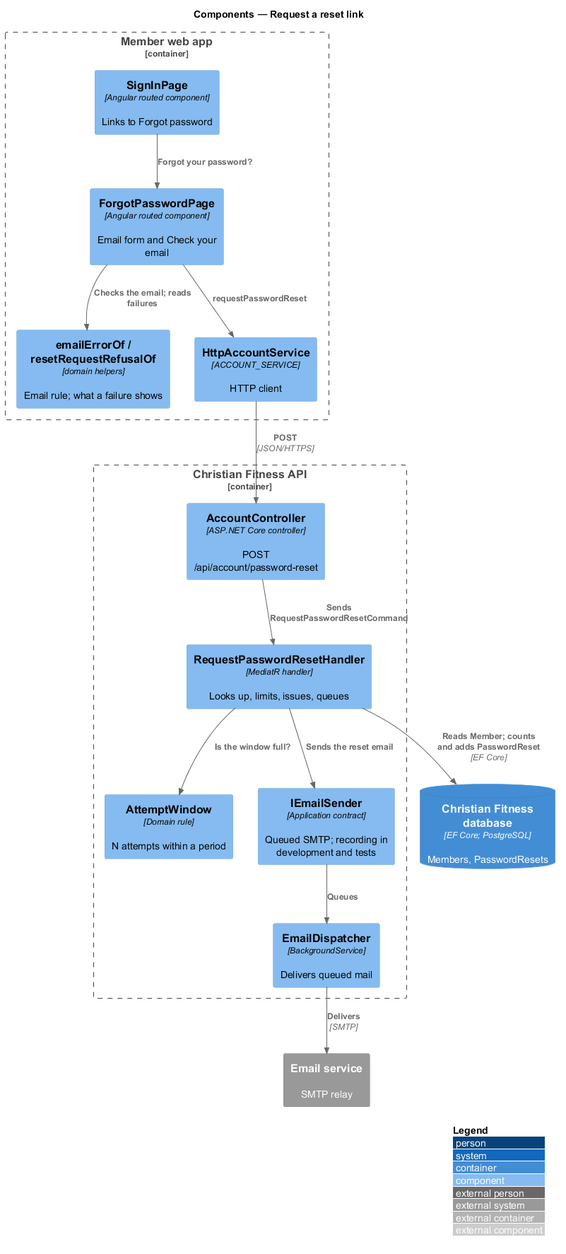
Above: docs/detailed-designs/member-access/reset-password/diagrams/c4-component.png in QuinntyneBrown/christian-fitness (PlantUML), before the change. The source it was exported from:
```plantuml
@startuml
!include <C4/C4_Component>
LAYOUT_WITH_LEGEND()
title Components — Request a reset link

Container_Boundary(web, "Member web app") {
  Component(signin, "SignInPage", "Angular routed component", "Links to Forgot password")
  Component(page, "ForgotPasswordPage", "Angular routed component", "Email form and Check your email")
  Component(rules, "emailErrorOf / resetRequestRefusalOf", "domain helpers", "Email rule; what a failure shows")
  Component(svc, "HttpAccountService", "ACCOUNT_SERVICE", "HTTP client")
}
Container_Boundary(api, "Christian Fitness API") {
  Component(ctrl, "AccountController", "ASP.NET Core controller", "POST /api/account/password-reset")
  Component(h, "RequestPasswordResetHandler", "MediatR handler", "Looks up, limits, issues, queues")
  Component(window, "AttemptWindow", "Domain rule", "N attempts within a period")
  Component(sender, "IEmailSender", "Application contract", "Queued SMTP; recording in development and tests")
  Component(dispatch, "EmailDispatcher", "BackgroundService", "Delivers queued mail")
}
ContainerDb(db, "Christian Fitness database", "EF Core; PostgreSQL", "Members, PasswordResets")
System_Ext(smtp, "Email service", "SMTP relay")

Rel(signin, page, "Forgot your password?")
Rel(page, rules, "Checks the email; reads failures")
Rel(page, svc, "requestPasswordReset")
Rel(svc, ctrl, "POST", "JSON/HTTPS")
Rel(ctrl, h, "Sends RequestPasswordResetCommand")
Rel(h, db, "Reads Member; counts and adds PasswordReset", "EF Core")
Rel(h, window, "Is the window full?")
Rel(h, sender, "Sends the reset email")
Rel(sender, dispatch, "Queues")
Rel(dispatch, smtp, "Delivers", "SMTP")
@enduml
```
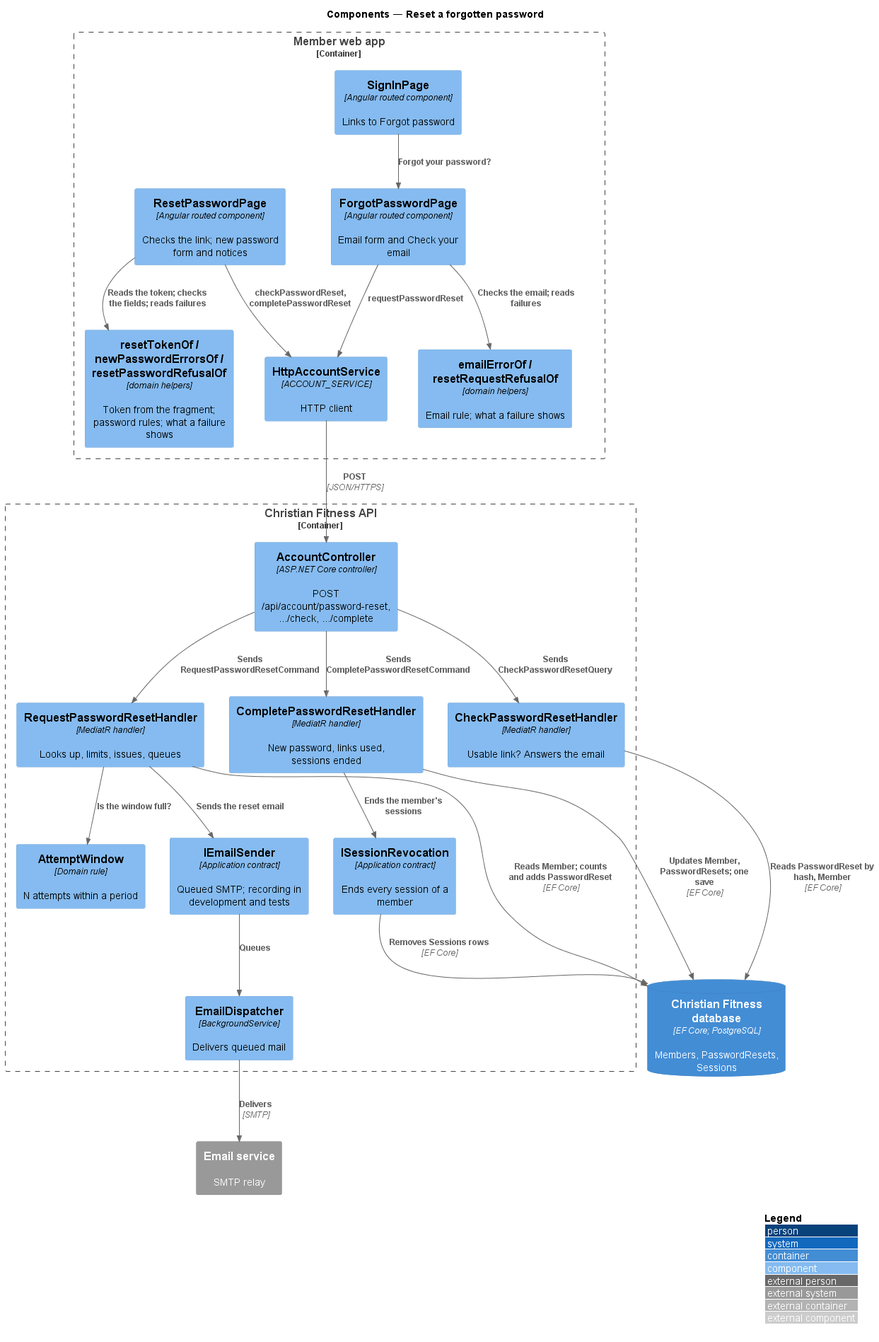
Above is the later version.

What changed in the source:
```diff
@@ -1,29 +1,42 @@
 @startuml
 !include <C4/C4_Component>
 LAYOUT_WITH_LEGEND()
-title Components — Request a reset link
+title Components — Reset a forgotten password
 
 Container_Boundary(web, "Member web app") {
   Component(signin, "SignInPage", "Angular routed component", "Links to Forgot password")
   Component(page, "ForgotPasswordPage", "Angular routed component", "Email form and Check your email")
+  Component(reset, "ResetPasswordPage", "Angular routed component", "Checks the link; new password form and notices")
   Component(rules, "emailErrorOf / resetRequestRefusalOf", "domain helpers", "Email rule; what a failure shows")
+  Component(newrules, "resetTokenOf / newPasswordErrorsOf / resetPasswordRefusalOf", "domain helpers", "Token from the fragment; password rules; what a failure shows")
   Component(svc, "HttpAccountService", "ACCOUNT_SERVICE", "HTTP client")
 }
 Container_Boundary(api, "Christian Fitness API") {
-  Component(ctrl, "AccountController", "ASP.NET Core controller", "POST /api/account/password-reset")
+  Component(ctrl, "AccountController", "ASP.NET Core controller", "POST /api/account/password-reset, .../check, .../complete")
   Component(h, "RequestPasswordResetHandler", "MediatR handler", "Looks up, limits, issues, queues")
+  Component(check, "CheckPasswordResetHandler", "MediatR handler", "Usable link? Answers the email")
+  Component(complete, "CompletePasswordResetHandler", "MediatR handler", "New password, links used, sessions ended")
+  Component(revoke, "ISessionRevocation", "Application contract", "Ends every session of a member")
   Component(window, "AttemptWindow", "Domain rule", "N attempts within a period")
   Component(sender, "IEmailSender", "Application contract", "Queued SMTP; recording in development and tests")
   Component(dispatch, "EmailDispatcher", "BackgroundService", "Delivers queued mail")
 }
-ContainerDb(db, "Christian Fitness database", "EF Core; PostgreSQL", "Members, PasswordResets")
+ContainerDb(db, "Christian Fitness database", "EF Core; PostgreSQL", "Members, PasswordResets, Sessions")
 System_Ext(smtp, "Email service", "SMTP relay")
 
 Rel(signin, page, "Forgot your password?")
 Rel(page, rules, "Checks the email; reads failures")
 Rel(page, svc, "requestPasswordReset")
+Rel(reset, newrules, "Reads the token; checks the fields; reads failures")
+Rel(reset, svc, "checkPasswordReset, completePasswordReset")
 Rel(svc, ctrl, "POST", "JSON/HTTPS")
 Rel(ctrl, h, "Sends RequestPasswordResetCommand")
+Rel(ctrl, check, "Sends CheckPasswordResetQuery")
+Rel(ctrl, complete, "Sends CompletePasswordResetCommand")
+Rel(check, db, "Reads PasswordReset by hash, Member", "EF Core")
+Rel(complete, db, "Updates Member, PasswordResets; one save", "EF Core")
+Rel(complete, revoke, "Ends the member's sessions")
+Rel(revoke, db, "Removes Sessions rows", "EF Core")
 Rel(h, db, "Reads Member; counts and adds PasswordReset", "EF Core")
 Rel(h, window, "Is the window full?")
 Rel(h, sender, "Sends the reset email")
```
